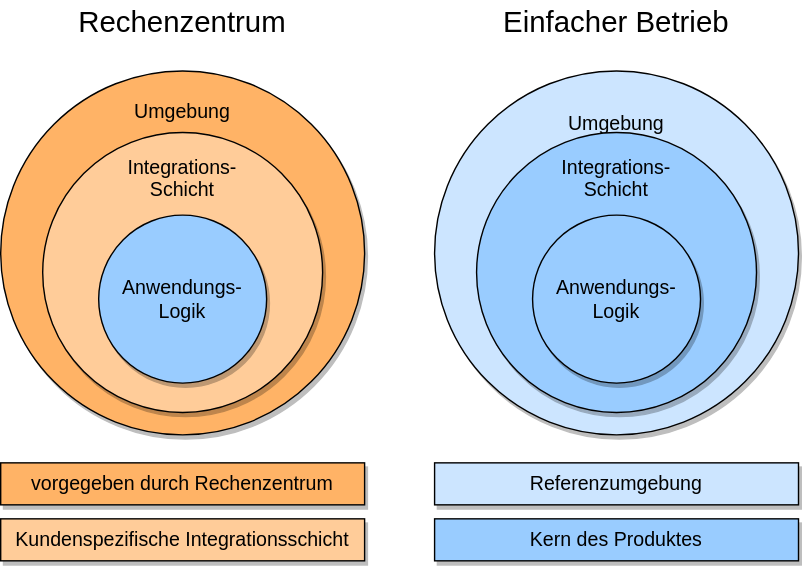
StefanSchade/blog-tech-diagrams keeps this draw.io diagram as series_operational_requirements/diagram-Scen1+2-Scen1+2-Copy of Art 1 - 1 Deutsch.drawio.svg. Above is the earlier version. Source tidied: cells renumbered, new cells last; positions are measured from the earlier drawing's top-left corner, leaving out a move shared by most shapes.
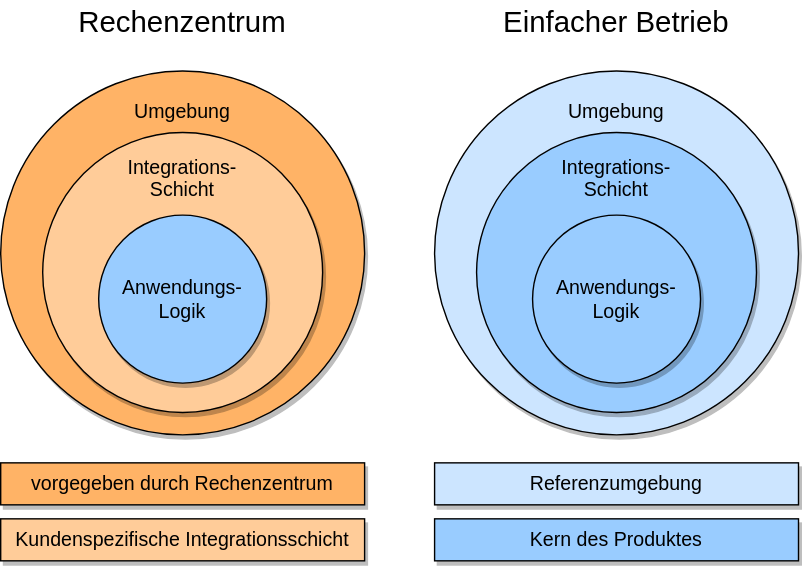
Above is the later version.

Diff of the diagram source:
```diff
@@ -11,7 +11,7 @@
     <mxCell id="4" value="Anwendungs-&lt;br&gt;Logik" style="ellipse;whiteSpace=wrap;html=1;fillColor=#99CCFF;strokeColor=default;direction=west;fontSize=14;shadow=1;fontColor=#000000;" parent="1" vertex="1">
       <mxGeometry x="70" y="153" width="120" height="120" as="geometry" />
     </mxCell>
-    <mxCell id="5" value="Umgebung&lt;br&gt;&lt;br&gt;&lt;br&gt;&lt;br&gt;&lt;br&gt;&lt;br&gt;&lt;br&gt;&lt;br&gt;&lt;br&gt;&lt;br&gt;&lt;br&gt;&lt;br&gt;" style="ellipse;whiteSpace=wrap;html=1;shadow=1;fillColor=#CCE5FF;strokeColor=default;fontColor=default;fontSize=14;" parent="1" vertex="1">
+    <mxCell id="5" value="Umgebung&lt;br&gt;&lt;br&gt;&lt;br&gt;&lt;br&gt;&lt;br&gt;&lt;br&gt;&lt;br&gt;&lt;br&gt;&lt;br&gt;&lt;br&gt;&lt;br&gt;&lt;br&gt;&lt;br&gt;" style="ellipse;whiteSpace=wrap;html=1;shadow=1;fillColor=#CCE5FF;strokeColor=default;fontColor=default;fontSize=14;" parent="1" vertex="1">
       <mxGeometry x="310" y="50" width="260" height="260" as="geometry" />
     </mxCell>
     <mxCell id="6" value="&lt;div&gt;&lt;br&gt;&lt;/div&gt;&lt;div&gt;&lt;div&gt;Integrations-&lt;/div&gt;&lt;div&gt;Schicht&lt;/div&gt;&lt;div&gt;&lt;br&gt;&lt;/div&gt;&lt;br&gt;&lt;br&gt;&lt;br&gt;&lt;br&gt;&lt;br&gt;&lt;br&gt;&lt;div&gt;&lt;br&gt;&lt;/div&gt;&lt;div&gt;&lt;br&gt;&lt;/div&gt;&lt;/div&gt;" style="ellipse;whiteSpace=wrap;html=1;shadow=1;fillColor=#99CCFF;strokeColor=default;align=center;fontSize=14;fontColor=#000000;" parent="1" vertex="1">
```
